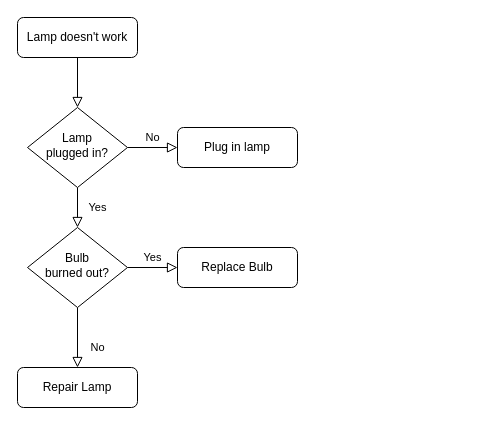
Earlier version of the draw.io diagram Untitled Diagram.drawio (CiMillan/AWS-Diagrams). Source tidied: cells renumbered, new cells numbered last; positions are measured from the earlier drawing's top-left corner, leaving out a move shared by most shapes. Both pictures are drawn from the tidied source at 100%, with x=0, y=0 at pixel (17, 17).
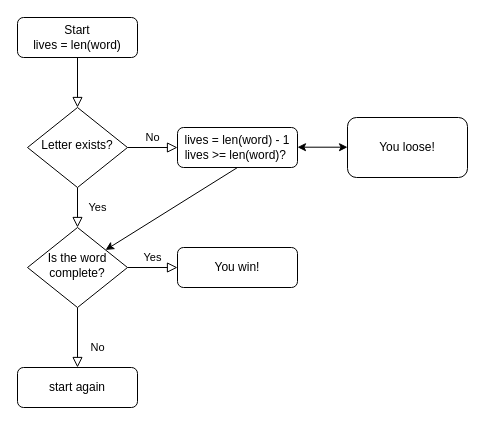
The same page after the edit.

Change to the diagram source:
```diff
@@
 <mxGraphModel>
   <root>
     <mxCell id="0" />
     <mxCell id="1" parent="0" />
     <mxCell id="2" style="rounded=0;html=1;jettySize=auto;fontSize=11;endArrow=block;endFill=0;endSize=8;strokeWidth=1;shadow=0;labelBackgroundColor=none;edgeStyle=orthogonalEdgeStyle;" parent="1" edge="1" source="3" target="6">
       <mxGeometry relative="1" as="geometry" />
     </mxCell>
-    <mxCell id="3" value="Lamp doesn't work" style="rounded=1;whiteSpace=wrap;html=1;fontSize=12;glass=0;strokeWidth=1;shadow=0;" parent="1" vertex="1">
+    <mxCell id="3" value="Start&lt;br&gt;lives = len(word)" style="rounded=1;whiteSpace=wrap;html=1;fontSize=12;glass=0;strokeWidth=1;shadow=0;" parent="1" vertex="1">
       <mxGeometry width="120" height="40" as="geometry" />
     </mxCell>
     <mxCell id="4" value="Yes" style="rounded=0;html=1;jettySize=auto;fontSize=11;endArrow=block;endFill=0;endSize=8;strokeWidth=1;shadow=0;labelBackgroundColor=none;edgeStyle=orthogonalEdgeStyle;" parent="1" edge="1" source="6" target="10">
       <mxGeometry y="20" relative="1" as="geometry" />
     </mxCell>
     <mxCell id="5" value="No" style="edgeStyle=orthogonalEdgeStyle;rounded=0;html=1;jettySize=auto;fontSize=11;endArrow=block;endFill=0;endSize=8;strokeWidth=1;shadow=0;labelBackgroundColor=none;" parent="1" edge="1" source="6" target="7">
       <mxGeometry y="10" relative="1" as="geometry" />
     </mxCell>
-    <mxCell id="6" value="Lamp&lt;br&gt;plugged in?" style="rhombus;whiteSpace=wrap;html=1;shadow=0;fontFamily=Helvetica;fontSize=12;align=center;strokeWidth=1;spacing=6;spacingTop=-4;" parent="1" vertex="1">
+    <mxCell id="6" value="Letter exists?" style="rhombus;whiteSpace=wrap;html=1;shadow=0;fontFamily=Helvetica;fontSize=12;align=center;strokeWidth=1;spacing=6;spacingTop=-4;" parent="1" vertex="1">
       <mxGeometry x="10" y="90" width="100" height="80" as="geometry" />
     </mxCell>
-    <mxCell id="7" value="Plug in lamp" style="rounded=1;whiteSpace=wrap;html=1;fontSize=12;glass=0;strokeWidth=1;shadow=0;" parent="1" vertex="1">
+    <mxCell id="7" value="lives = len(word) - 1&lt;br&gt;lives &amp;gt;= len(word)?&amp;nbsp;" style="rounded=1;whiteSpace=wrap;html=1;fontSize=12;glass=0;strokeWidth=1;shadow=0;" parent="1" vertex="1">
       <mxGeometry x="160" y="110" width="120" height="40" as="geometry" />
     </mxCell>
     <mxCell id="8" value="No" style="rounded=0;html=1;jettySize=auto;fontSize=11;endArrow=block;endFill=0;endSize=8;strokeWidth=1;shadow=0;labelBackgroundColor=none;edgeStyle=orthogonalEdgeStyle;" parent="1" edge="1" source="10" target="11">
       <mxGeometry x="0.33" y="20" relative="1" as="geometry" />
     </mxCell>
     <mxCell id="9" value="Yes" style="edgeStyle=orthogonalEdgeStyle;rounded=0;html=1;jettySize=auto;fontSize=11;endArrow=block;endFill=0;endSize=8;strokeWidth=1;shadow=0;labelBackgroundColor=none;" parent="1" edge="1" source="10" target="12">
       <mxGeometry y="10" relative="1" as="geometry" />
     </mxCell>
-    <mxCell id="10" value="Bulb&lt;br&gt;burned out?" style="rhombus;whiteSpace=wrap;html=1;shadow=0;fontFamily=Helvetica;fontSize=12;align=center;strokeWidth=1;spacing=6;spacingTop=-4;" parent="1" vertex="1">
+    <mxCell id="10" value="Is the word complete?" style="rhombus;whiteSpace=wrap;html=1;shadow=0;fontFamily=Helvetica;fontSize=12;align=center;strokeWidth=1;spacing=6;spacingTop=-4;" parent="1" vertex="1">
       <mxGeometry x="10" y="210" width="100" height="80" as="geometry" />
     </mxCell>
-    <mxCell id="11" value="Repair Lamp" style="rounded=1;whiteSpace=wrap;html=1;fontSize=12;glass=0;strokeWidth=1;shadow=0;" parent="1" vertex="1">
+    <mxCell id="11" value="start again" style="rounded=1;whiteSpace=wrap;html=1;fontSize=12;glass=0;strokeWidth=1;shadow=0;" parent="1" vertex="1">
       <mxGeometry y="350" width="120" height="40" as="geometry" />
     </mxCell>
-    <mxCell id="12" value="Replace Bulb" style="rounded=1;whiteSpace=wrap;html=1;fontSize=12;glass=0;strokeWidth=1;shadow=0;" parent="1" vertex="1">
+    <mxCell id="12" value="You win!" style="rounded=1;whiteSpace=wrap;html=1;fontSize=12;glass=0;strokeWidth=1;shadow=0;" parent="1" vertex="1">
       <mxGeometry x="160" y="230" width="120" height="40" as="geometry" />
     </mxCell>
+    <mxCell id="13" style="endArrow=classic;startArrow=classic;html=1;" parent="1" edge="1">
+      <mxGeometry relative="1" as="geometry">
+        <mxPoint x="280" y="129.7" as="sourcePoint" />
+        <mxPoint x="330" y="129.7" as="targetPoint" />
+      </mxGeometry>
+    </mxCell>
+    <mxCell id="14" value="You loose!" style="rounded=1;whiteSpace=wrap;html=1;" parent="1" vertex="1">
+      <mxGeometry x="330" y="100" width="120" height="60" as="geometry" />
+    </mxCell>
+    <mxCell id="15" style="endArrow=classic;html=1;exitX=0.5;exitY=1;exitDx=0;exitDy=0;" parent="1" edge="1" source="7" target="10">
+      <mxGeometry relative="1" as="geometry" />
+    </mxCell>
   </root>
 </mxGraphModel>
```
